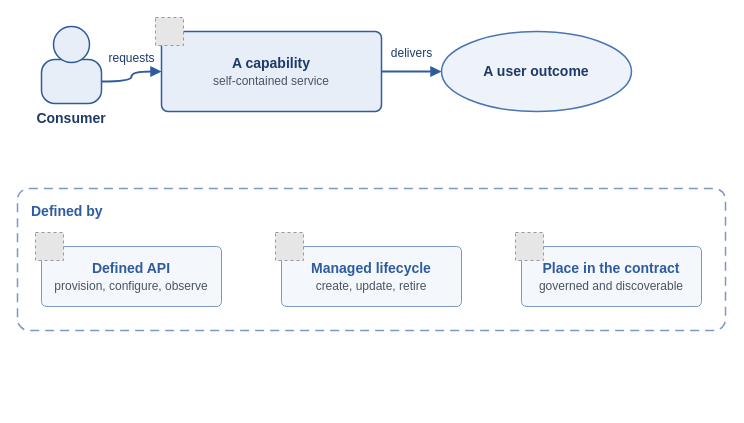
Before: diagrams/capability-definition.drawio in missBerg/platform-capabilities, a draw.io diagram. Source tidied: cells renumbered, new cells numbered last; positions are measured from the earlier drawing's top-left corner, leaving out a move shared by most shapes. Both pictures are drawn from the tidied source at 100%, with x=0, y=0 at pixel (17, 17). Pictures stored in the file or linked from it are replaced by grey dashed boxes.
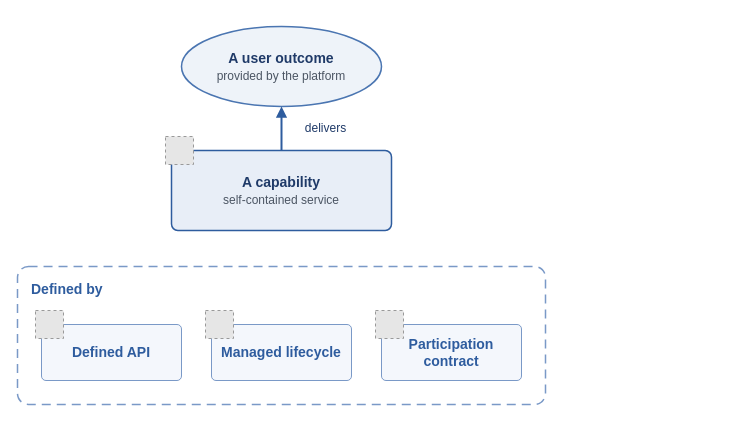
Above is the later version.

Change to the diagram source:
```diff
@@
 <mxGraphModel>
   <root>
     <mxCell id="0" />
     <mxCell id="1" parent="0" />
     <mxCell id="2" value="&lt;b&gt;Defined by&lt;/b&gt;" style="rounded=1;whiteSpace=wrap;html=1;arcSize=8;fillColor=none;strokeColor=#7A99C7;strokeWidth=1.5;fontColor=#2E5C9E;fontFamily=Helvetica;fontSize=14;align=left;verticalAlign=top;dashed=1;dashPattern=6 4;spacingLeft=12;spacingTop=8;shadow=0;" parent="1" vertex="1">
-      <mxGeometry y="171" width="708" height="142" as="geometry" />
+      <mxGeometry y="249" width="528" height="138" as="geometry" />
     </mxCell>
-    <mxCell id="3" value="&lt;b&gt;Consumer&lt;/b&gt;" style="rounded=1;whiteSpace=wrap;html=1;arcSize=30;fillColor=#E8EEF7;strokeColor=#2E5C9E;strokeWidth=1.5;fontColor=#1F3A68;fontFamily=Helvetica;fontSize=14;verticalLabelPosition=bottom;verticalAlign=top;labelPosition=center;align=center;shadow=0;" parent="1" vertex="1">
-      <mxGeometry x="24" y="42" width="60" height="44" as="geometry" />
-    </mxCell>
-    <mxCell id="4" style="ellipse;whiteSpace=wrap;html=1;fillColor=#E8EEF7;strokeColor=#2E5C9E;strokeWidth=1.5;shadow=0;" parent="1" vertex="1">
-      <mxGeometry x="36" y="9" width="36" height="36" as="geometry" />
-    </mxCell>
+    <mxCell id="7" value="&lt;b&gt;A user outcome&lt;/b&gt;&lt;br&gt;&lt;font style=&quot;font-size: 12px&quot; color=&quot;#4B5563&quot;&gt;provided by the platform&lt;/font&gt;" style="ellipse;whiteSpace=wrap;html=1;fillColor=#EEF3F9;strokeColor=#4A75B1;strokeWidth=1.5;fontColor=#1F3A68;fontFamily=Helvetica;fontSize=14;align=center;verticalAlign=middle;shadow=0;" parent="1" vertex="1">
+      <mxGeometry x="164" y="9" width="200" height="80" as="geometry" />
+    </mxCell>
     <mxCell id="5" value="&lt;b&gt;A capability&lt;/b&gt;&lt;br&gt;&lt;font style=&quot;font-size: 12px&quot; color=&quot;#4B5563&quot;&gt;self-contained service&lt;/font&gt;" style="rounded=1;whiteSpace=wrap;html=1;arcSize=8;fillColor=#E8EEF7;strokeColor=#2E5C9E;strokeWidth=1.5;fontColor=#1F3A68;fontFamily=Helvetica;fontSize=14;align=center;verticalAlign=middle;shadow=0;" parent="1" vertex="1">
-      <mxGeometry x="144" y="14" width="220" height="80" as="geometry" />
+      <mxGeometry x="154" y="133" width="220" height="80" as="geometry" />
     </mxCell>
     <mxCell id="6" style="fillColor=#E6E6E6;strokeColor=#999999;dashed=1;verticalLabelPosition=bottom;verticalAlign=top;align=center;fontFamily=Helvetica;fontSize=14;fontColor=#1F3A68;" parent="1" vertex="1">
-      <mxGeometry x="138" width="28" height="28" as="geometry" />
+      <mxGeometry x="148" y="119" width="28" height="28" as="geometry" />
     </mxCell>
-    <mxCell id="7" value="&lt;b&gt;A user outcome&lt;/b&gt;" style="ellipse;whiteSpace=wrap;html=1;fillColor=#EEF3F9;strokeColor=#4A75B1;strokeWidth=1.5;fontColor=#1F3A68;fontFamily=Helvetica;fontSize=14;align=center;verticalAlign=middle;shadow=0;" parent="1" vertex="1">
-      <mxGeometry x="424" y="14" width="190" height="80" as="geometry" />
-    </mxCell>
-    <mxCell id="8" value="&lt;b&gt;Defined API&lt;/b&gt;&lt;br&gt;&lt;font style=&quot;font-size: 12px&quot; color=&quot;#4B5563&quot;&gt;provision, configure, observe&lt;/font&gt;" style="rounded=1;whiteSpace=wrap;html=1;arcSize=8;fillColor=#F4F7FC;strokeColor=#7A99C7;strokeWidth=1;fontColor=#2E5C9E;fontFamily=Helvetica;fontSize=14;align=center;verticalAlign=middle;shadow=0;" parent="1" vertex="1">
-      <mxGeometry x="24" y="229" width="180" height="60" as="geometry" />
+    <mxCell id="8" value="&lt;b&gt;Defined API&lt;/b&gt;" style="rounded=1;whiteSpace=wrap;html=1;arcSize=8;fillColor=#F4F7FC;strokeColor=#7A99C7;strokeWidth=1;fontColor=#2E5C9E;fontFamily=Helvetica;fontSize=14;align=center;verticalAlign=middle;shadow=0;" parent="1" vertex="1">
+      <mxGeometry x="24" y="307" width="140" height="56" as="geometry" />
     </mxCell>
     <mxCell id="9" style="fillColor=#E6E6E6;strokeColor=#999999;dashed=1;verticalLabelPosition=bottom;verticalAlign=top;align=center;fontFamily=Helvetica;fontSize=14;fontColor=#1F3A68;" parent="1" vertex="1">
-      <mxGeometry x="18" y="215" width="28" height="28" as="geometry" />
+      <mxGeometry x="18" y="293" width="28" height="28" as="geometry" />
     </mxCell>
-    <mxCell id="10" value="&lt;b&gt;Managed lifecycle&lt;/b&gt;&lt;br&gt;&lt;font style=&quot;font-size: 12px&quot; color=&quot;#4B5563&quot;&gt;create, update, retire&lt;/font&gt;" style="rounded=1;whiteSpace=wrap;html=1;arcSize=8;fillColor=#F4F7FC;strokeColor=#7A99C7;strokeWidth=1;fontColor=#2E5C9E;fontFamily=Helvetica;fontSize=14;align=center;verticalAlign=middle;shadow=0;" parent="1" vertex="1">
-      <mxGeometry x="264" y="229" width="180" height="60" as="geometry" />
+    <mxCell id="10" value="&lt;b&gt;Managed lifecycle&lt;/b&gt;" style="rounded=1;whiteSpace=wrap;html=1;arcSize=8;fillColor=#F4F7FC;strokeColor=#7A99C7;strokeWidth=1;fontColor=#2E5C9E;fontFamily=Helvetica;fontSize=14;align=center;verticalAlign=middle;shadow=0;" parent="1" vertex="1">
+      <mxGeometry x="194" y="307" width="140" height="56" as="geometry" />
     </mxCell>
     <mxCell id="11" style="fillColor=#E6E6E6;strokeColor=#999999;dashed=1;verticalLabelPosition=bottom;verticalAlign=top;align=center;fontFamily=Helvetica;fontSize=14;fontColor=#1F3A68;" parent="1" vertex="1">
-      <mxGeometry x="258" y="215" width="28" height="28" as="geometry" />
+      <mxGeometry x="188" y="293" width="28" height="28" as="geometry" />
     </mxCell>
-    <mxCell id="12" value="&lt;b&gt;Place in the contract&lt;/b&gt;&lt;br&gt;&lt;font style=&quot;font-size: 12px&quot; color=&quot;#4B5563&quot;&gt;governed and discoverable&lt;/font&gt;" style="rounded=1;whiteSpace=wrap;html=1;arcSize=8;fillColor=#F4F7FC;strokeColor=#7A99C7;strokeWidth=1;fontColor=#2E5C9E;fontFamily=Helvetica;fontSize=14;align=center;verticalAlign=middle;shadow=0;" parent="1" vertex="1">
-      <mxGeometry x="504" y="229" width="180" height="60" as="geometry" />
+    <mxCell id="12" value="&lt;b&gt;Participation contract&lt;/b&gt;" style="rounded=1;whiteSpace=wrap;html=1;arcSize=8;fillColor=#F4F7FC;strokeColor=#7A99C7;strokeWidth=1;fontColor=#2E5C9E;fontFamily=Helvetica;fontSize=14;align=center;verticalAlign=middle;shadow=0;" parent="1" vertex="1">
+      <mxGeometry x="364" y="307" width="140" height="56" as="geometry" />
     </mxCell>
     <mxCell id="13" style="fillColor=#E6E6E6;strokeColor=#999999;dashed=1;verticalLabelPosition=bottom;verticalAlign=top;align=center;fontFamily=Helvetica;fontSize=14;fontColor=#1F3A68;" parent="1" vertex="1">
-      <mxGeometry x="498" y="215" width="28" height="28" as="geometry" />
+      <mxGeometry x="358" y="293" width="28" height="28" as="geometry" />
     </mxCell>
-    <mxCell id="14" value="requests" style="edgeStyle=orthogonalEdgeStyle;endArrow=block;html=1;rounded=0;strokeColor=#2E5C9E;strokeWidth=2;fontColor=#1F3A68;fontFamily=Helvetica;fontSize=12;endFill=1;curved=1;exitX=1;exitY=0.5;exitDx=0;exitDy=0;entryX=0;entryY=0.5;entryDx=0;entryDy=0;" parent="1" edge="1" source="3" target="5">
+    <mxCell id="14" value="delivers" style="edgeStyle=orthogonalEdgeStyle;endArrow=block;html=1;rounded=0;strokeColor=#2E5C9E;strokeWidth=2;fontColor=#1F3A68;fontFamily=Helvetica;fontSize=12;endFill=1;curved=1;exitX=0.5;exitY=0;exitDx=0;exitDy=0;entryX=0.5;entryY=1;entryDx=0;entryDy=0;" parent="1" edge="1" source="5" target="7">
       <mxGeometry relative="1" as="geometry">
-        <mxPoint y="-18" as="offset" />
+        <mxPoint x="44" as="offset" />
       </mxGeometry>
     </mxCell>
-    <mxCell id="15" value="delivers" style="edgeStyle=orthogonalEdgeStyle;endArrow=block;html=1;rounded=0;strokeColor=#2E5C9E;strokeWidth=2;fontColor=#1F3A68;fontFamily=Helvetica;fontSize=12;endFill=1;curved=1;exitX=1;exitY=0.5;exitDx=0;exitDy=0;entryX=0;entryY=0.5;entryDx=0;entryDy=0;" parent="1" edge="1" source="5" target="7">
-      <mxGeometry relative="1" as="geometry">
-        <mxPoint y="-18" as="offset" />
-      </mxGeometry>
-    </mxCell>
   </root>
 </mxGraphModel>
```
